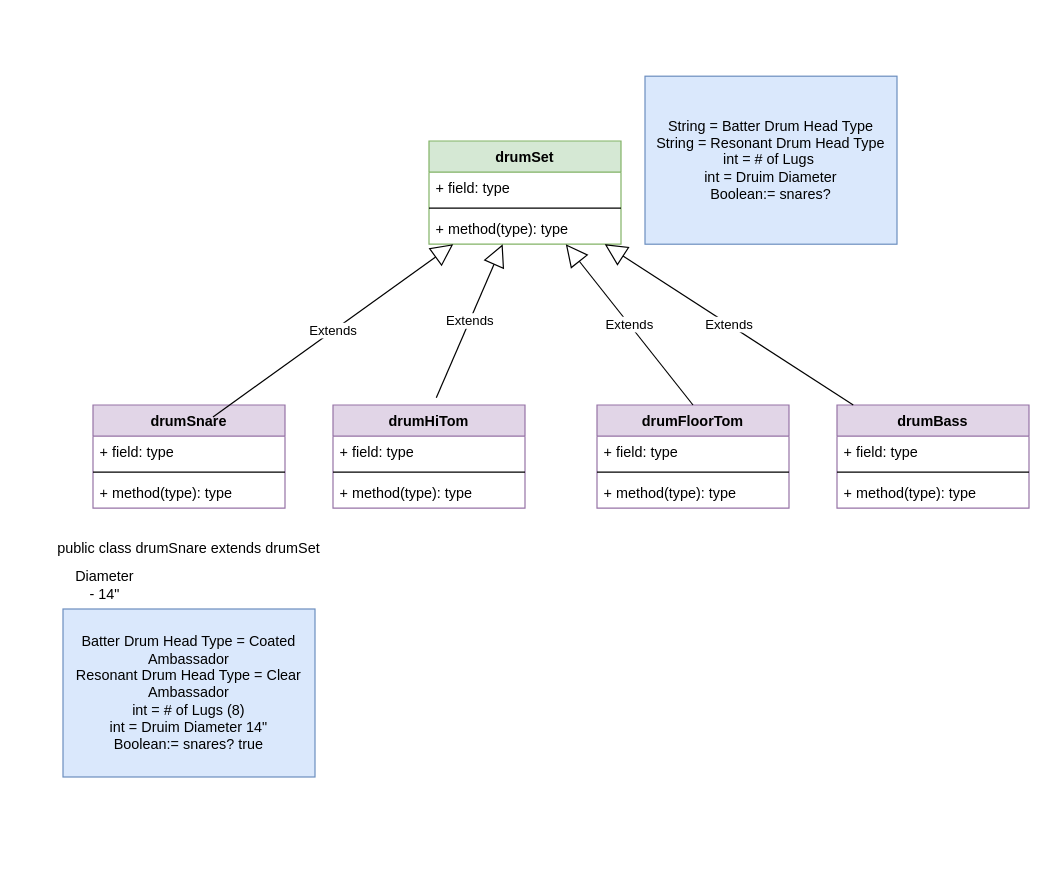
Above: drumSet.drawio in tmart61/thing (draw.io), before the change. Source tidied: cells renumbered, new cells numbered last; positions are measured from the earlier drawing's top-left corner, leaving out a move shared by most shapes. Both pictures are drawn from the tidied source at 120%, with x=0, y=0 at pixel (20, 76).
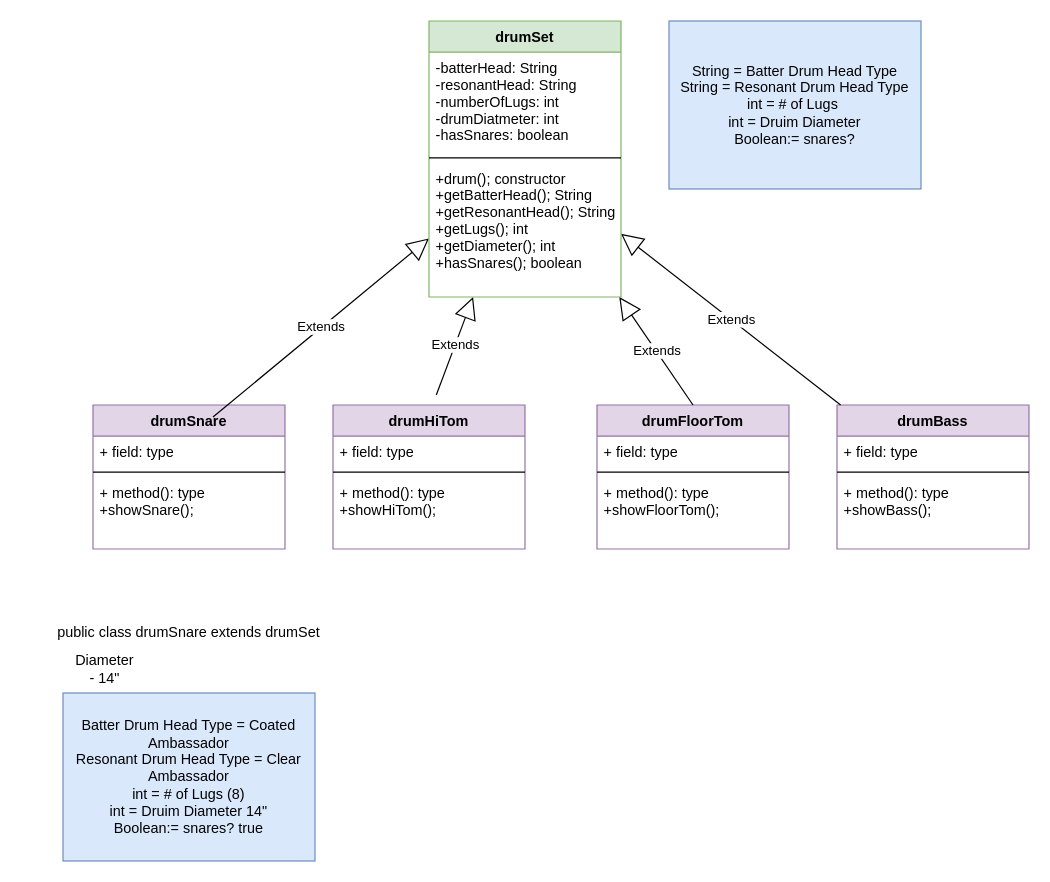
Above is the later version.

Diff of the diagram source:
```diff
@@
-    <mxCell id="2" value="drumSet" style="swimlane;fontStyle=1;align=center;verticalAlign=top;horizontal=1;startSize=26;fillColor=#d5e8d4;strokeColor=#82b366;" parent="1" vertex="1">
-      <mxGeometry x="340" y="54" width="160" height="86" as="geometry" />
-    </mxCell>
-    <mxCell id="3" value="+ field: type" style="text;strokeColor=none;fillColor=none;align=left;verticalAlign=top;spacingLeft=4;spacingRight=4;overflow=hidden;" parent="2" vertex="1">
-      <mxGeometry y="26" width="160" height="26" as="geometry" />
-    </mxCell>
-    <mxCell id="4" style="line;strokeWidth=1;fillColor=none;align=left;verticalAlign=middle;spacingTop=-1;spacingLeft=3;spacingRight=3;labelPosition=right;" parent="2" vertex="1">
-      <mxGeometry y="52" width="160" height="8" as="geometry" />
-    </mxCell>
-    <mxCell id="5" value="+ method(type): type" style="text;strokeColor=none;fillColor=none;align=left;verticalAlign=top;spacingLeft=4;spacingRight=4;overflow=hidden;" parent="2" vertex="1">
-      <mxGeometry y="60" width="160" height="26" as="geometry" />
-    </mxCell>
@@
     <mxCell id="7" value="drumSnare" style="swimlane;fontStyle=1;align=center;verticalAlign=top;horizontal=1;startSize=26;fillColor=#e1d5e7;strokeColor=#9673a6;" parent="1" vertex="1">
-      <mxGeometry x="60" y="274" width="160" height="86" as="geometry" />
+      <mxGeometry x="60" y="274" width="160" height="120" as="geometry" />
     </mxCell>
@@
-    <mxCell id="11" value="+ method(type): type" style="text;strokeColor=none;fillColor=none;align=left;verticalAlign=top;spacingLeft=4;spacingRight=4;overflow=hidden;" parent="7" vertex="1">
-      <mxGeometry y="60" width="160" height="26" as="geometry" />
+    <mxCell id="11" value="+ method(): type&#10;+showSnare();" style="text;strokeColor=none;fillColor=none;align=left;verticalAlign=top;spacingLeft=4;spacingRight=4;overflow=hidden;" parent="7" vertex="1">
+      <mxGeometry y="60" width="160" height="60" as="geometry" />
     </mxCell>
     <mxCell id="12" value="drumHiTom" style="swimlane;fontStyle=1;align=center;verticalAlign=top;horizontal=1;startSize=26;fillColor=#e1d5e7;strokeColor=#9673a6;" parent="1" vertex="1">
-      <mxGeometry x="260" y="274" width="160" height="86" as="geometry" />
+      <mxGeometry x="260" y="274" width="160" height="120" as="geometry" />
     </mxCell>
@@
-    <mxCell id="15" value="+ method(type): type" style="text;strokeColor=none;fillColor=none;align=left;verticalAlign=top;spacingLeft=4;spacingRight=4;overflow=hidden;" parent="12" vertex="1">
-      <mxGeometry y="60" width="160" height="26" as="geometry" />
+    <mxCell id="15" value="+ method(): type&#10;+showHiTom();" style="text;strokeColor=none;fillColor=none;align=left;verticalAlign=top;spacingLeft=4;spacingRight=4;overflow=hidden;" parent="12" vertex="1">
+      <mxGeometry y="60" width="160" height="60" as="geometry" />
     </mxCell>
     <mxCell id="16" value="drumBass" style="swimlane;fontStyle=1;align=center;verticalAlign=top;horizontal=1;startSize=26;fillColor=#e1d5e7;strokeColor=#9673a6;" parent="1" vertex="1">
-      <mxGeometry x="680" y="274" width="160" height="86" as="geometry" />
+      <mxGeometry x="680" y="274" width="160" height="120" as="geometry" />
     </mxCell>
@@
-    <mxCell id="19" value="+ method(type): type" style="text;strokeColor=none;fillColor=none;align=left;verticalAlign=top;spacingLeft=4;spacingRight=4;overflow=hidden;" parent="16" vertex="1">
-      <mxGeometry y="60" width="160" height="26" as="geometry" />
+    <mxCell id="19" value="+ method(): type&#10;+showBass();" style="text;strokeColor=none;fillColor=none;align=left;verticalAlign=top;spacingLeft=4;spacingRight=4;overflow=hidden;" parent="16" vertex="1">
+      <mxGeometry y="60" width="160" height="60" as="geometry" />
     </mxCell>
     <mxCell id="20" value="drumFloorTom" style="swimlane;fontStyle=1;align=center;verticalAlign=top;horizontal=1;startSize=26;fillColor=#e1d5e7;strokeColor=#9673a6;" parent="1" vertex="1">
-      <mxGeometry x="480" y="274" width="160" height="86" as="geometry" />
+      <mxGeometry x="480" y="274" width="160" height="120" as="geometry" />
     </mxCell>
@@
-    <mxCell id="23" value="+ method(type): type" style="text;strokeColor=none;fillColor=none;align=left;verticalAlign=top;spacingLeft=4;spacingRight=4;overflow=hidden;" parent="20" vertex="1">
-      <mxGeometry y="60" width="160" height="26" as="geometry" />
+    <mxCell id="23" value="+ method(): type&#10;+showFloorTom();" style="text;strokeColor=none;fillColor=none;align=left;verticalAlign=top;spacingLeft=4;spacingRight=4;overflow=hidden;" parent="20" vertex="1">
+      <mxGeometry y="60" width="160" height="60" as="geometry" />
     </mxCell>
@@
     <mxCell id="26" value="public class drumSnare extends drumSet" style="text;html=1;strokeColor=none;fillColor=none;align=center;verticalAlign=middle;whiteSpace=wrap;rounded=0;" parent="1" vertex="1">
-      <mxGeometry y="384" width="280" height="20" as="geometry" />
+      <mxGeometry y="454" width="280" height="20" as="geometry" />
     </mxCell>
     <mxCell id="27" value="String = Batter Drum Head Type&lt;br&gt;String = Resonant Drum Head Type&lt;br&gt;int = # of Lugs&amp;nbsp;&lt;br&gt;int = Druim Diameter&lt;br&gt;Boolean:= snares?" style="text;html=1;strokeColor=#6c8ebf;fillColor=#dae8fc;align=center;verticalAlign=middle;whiteSpace=wrap;rounded=0;" parent="1" vertex="1">
-      <mxGeometry x="520" width="210" height="140" as="geometry" />
+      <mxGeometry x="540" y="-46" width="210" height="140" as="geometry" />
     </mxCell>
     <mxCell id="28" value="Diameter - 14&quot;&lt;br&gt;" style="text;html=1;strokeColor=none;fillColor=none;align=center;verticalAlign=middle;whiteSpace=wrap;rounded=0;" parent="1" vertex="1">
-      <mxGeometry x="50" y="414" width="40" height="20" as="geometry" />
+      <mxGeometry x="50" y="484" width="40" height="20" as="geometry" />
     </mxCell>
     <mxCell id="29" value="Batter Drum Head Type = Coated Ambassador&lt;br&gt;Resonant Drum Head Type = Clear Ambassador&lt;br&gt;int = # of Lugs (8)&lt;br&gt;int = Druim Diameter 14&quot;&lt;br&gt;Boolean:= snares? true" style="text;html=1;strokeColor=#6c8ebf;fillColor=#dae8fc;align=center;verticalAlign=middle;whiteSpace=wrap;rounded=0;" parent="1" vertex="1">
-      <mxGeometry x="35" y="444" width="210" height="140" as="geometry" />
+      <mxGeometry x="35" y="514" width="210" height="140" as="geometry" />
     </mxCell>
+    <mxCell id="2" value="drumSet" style="swimlane;fontStyle=1;align=center;verticalAlign=top;horizontal=1;startSize=26;fillColor=#d5e8d4;strokeColor=#82b366;" parent="1" vertex="1">
+      <mxGeometry x="340" y="-46" width="160" height="230" as="geometry" />
+    </mxCell>
+    <mxCell id="3" value="-batterHead: String&#10;-resonantHead: String&#10;-numberOfLugs: int&#10;-drumDiatmeter: int&#10;-hasSnares: boolean" style="text;strokeColor=none;fillColor=none;align=left;verticalAlign=top;spacingLeft=4;spacingRight=4;overflow=hidden;" parent="2" vertex="1">
+      <mxGeometry y="26" width="160" height="84" as="geometry" />
+    </mxCell>
+    <mxCell id="4" style="line;strokeWidth=1;fillColor=none;align=left;verticalAlign=middle;spacingTop=-1;spacingLeft=3;spacingRight=3;labelPosition=right;" parent="2" vertex="1">
+      <mxGeometry y="110" width="160" height="8" as="geometry" />
+    </mxCell>
+    <mxCell id="5" value="+drum(); constructor&#10;+getBatterHead(); String&#10;+getResonantHead(); String&#10;+getLugs(); int &#10;+getDiameter(); int&#10;+hasSnares(); boolean" style="text;strokeColor=none;fillColor=none;align=left;verticalAlign=top;spacingLeft=4;spacingRight=4;overflow=hidden;" parent="2" vertex="1">
+      <mxGeometry y="118" width="160" height="112" as="geometry" />
+    </mxCell>
```
